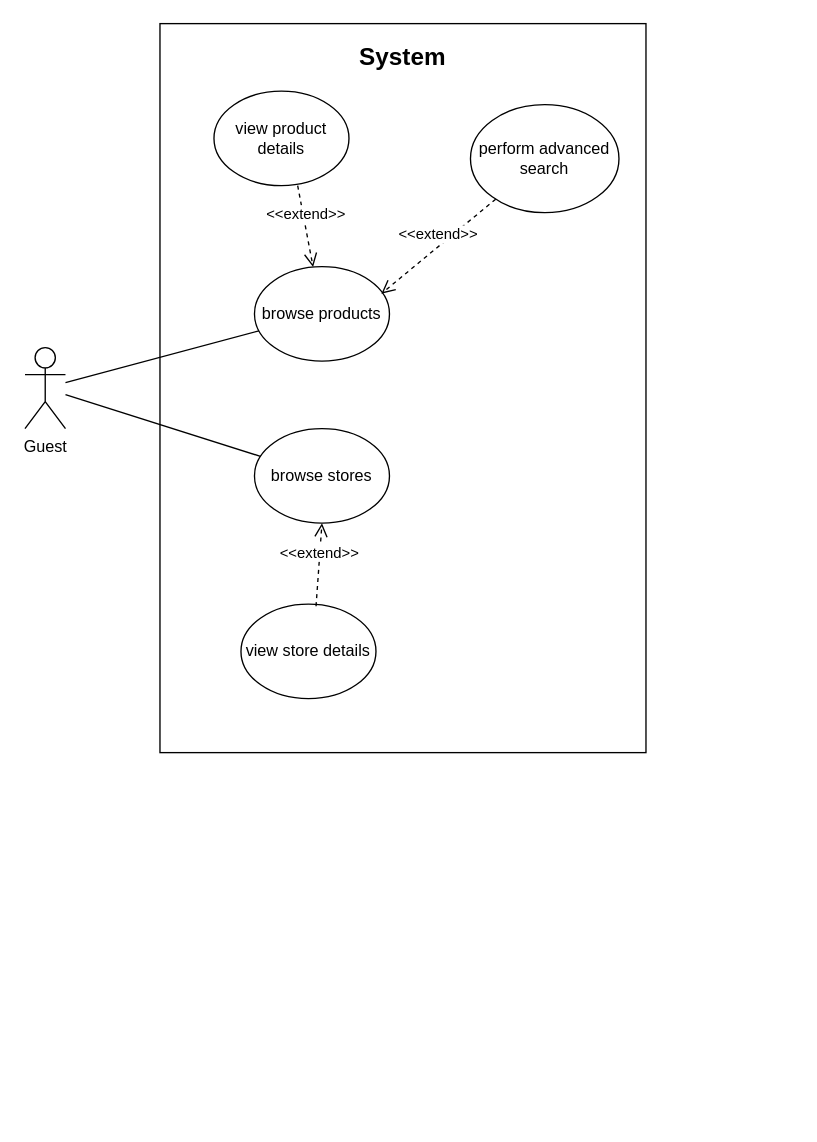
Before: use cases/use case 2.5 2.6.drawio in LevyIfta/Team-19B-Project, a draw.io diagram. Source tidied: cells renumbered, new cells numbered last; positions are measured from the earlier drawing's top-left corner, leaving out a move shared by most shapes. Both pictures are drawn from the tidied source at 135%, with x=0, y=0 at pixel (24, 23).
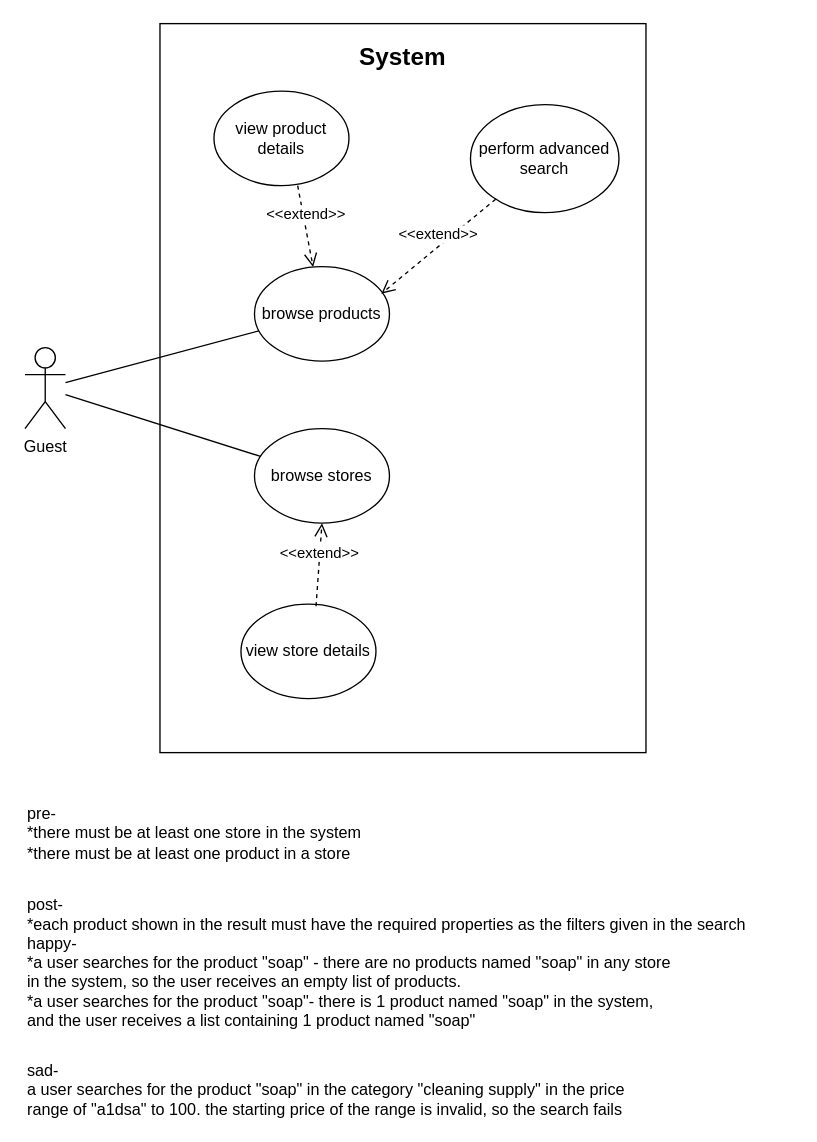
The same diagram, later.

Change to the diagram source:
```diff
@@
 <mxGraphModel>
   <root>
     <mxCell id="0" />
     <mxCell id="1" parent="0" />
     <mxCell id="2" value="Guest" style="shape=umlActor;verticalLabelPosition=bottom;verticalAlign=top;html=1;outlineConnect=0;" parent="1" vertex="1">
       <mxGeometry y="240" width="30" height="60" as="geometry" />
     </mxCell>
     <mxCell id="3" style="rounded=0;whiteSpace=wrap;html=1;" parent="1" vertex="1">
       <mxGeometry x="100" width="360" height="540" as="geometry" />
     </mxCell>
     <mxCell id="4" value="&lt;font style=&quot;font-size: 18px&quot;&gt;&lt;b&gt;System&lt;/b&gt;&lt;/font&gt;" style="text;html=1;strokeColor=none;fillColor=none;align=center;verticalAlign=middle;whiteSpace=wrap;rounded=0;" parent="1" vertex="1">
       <mxGeometry x="250" y="10" width="60" height="30" as="geometry" />
     </mxCell>
     <mxCell id="5" value="browse stores" style="ellipse;whiteSpace=wrap;html=1;" parent="1" vertex="1">
       <mxGeometry x="170" y="300" width="100" height="70" as="geometry" />
     </mxCell>
     <mxCell id="6" value="browse products" style="ellipse;whiteSpace=wrap;html=1;" parent="1" vertex="1">
       <mxGeometry x="170" y="180" width="100" height="70" as="geometry" />
     </mxCell>
     <mxCell id="7" value="view product details" style="ellipse;whiteSpace=wrap;html=1;" parent="1" vertex="1">
       <mxGeometry x="140" y="50" width="100" height="70" as="geometry" />
     </mxCell>
     <mxCell id="8" value="perform advanced search" style="ellipse;whiteSpace=wrap;html=1;" parent="1" vertex="1">
       <mxGeometry x="330" y="60" width="110" height="80" as="geometry" />
     </mxCell>
     <mxCell id="9" value="&amp;lt;&amp;lt;extend&amp;gt;&amp;gt;" style="html=1;verticalAlign=bottom;endArrow=open;dashed=1;endSize=8;entryX=0.94;entryY=0.286;entryDx=0;entryDy=0;entryPerimeter=0;" parent="1" edge="1" source="8" target="6">
       <mxGeometry relative="1" as="geometry" />
     </mxCell>
     <mxCell id="10" style="endArrow=none;html=1;" parent="1" edge="1" source="2" target="6">
       <mxGeometry relative="1" as="geometry" />
     </mxCell>
     <mxCell id="11" value="&amp;lt;&amp;lt;extend&amp;gt;&amp;gt;" style="html=1;verticalAlign=bottom;endArrow=open;dashed=1;endSize=8;exitX=0.62;exitY=1;exitDx=0;exitDy=0;exitPerimeter=0;" parent="1" edge="1" source="7" target="6">
       <mxGeometry relative="1" as="geometry" />
     </mxCell>
     <mxCell id="12" style="endArrow=none;html=1;" parent="1" edge="1" source="2" target="5">
       <mxGeometry relative="1" as="geometry" />
     </mxCell>
     <mxCell id="13" value="view store details" style="ellipse;whiteSpace=wrap;html=1;" parent="1" vertex="1">
       <mxGeometry x="160" y="430" width="100" height="70" as="geometry" />
     </mxCell>
     <mxCell id="14" value="&amp;lt;&amp;lt;extend&amp;gt;&amp;gt;" style="html=1;verticalAlign=bottom;endArrow=open;dashed=1;endSize=8;exitX=0.556;exitY=0.022;exitDx=0;exitDy=0;exitPerimeter=0;entryX=0.5;entryY=1;entryDx=0;entryDy=0;" parent="1" edge="1" source="13" target="5">
       <mxGeometry relative="1" as="geometry" />
     </mxCell>
+    <mxCell id="15" value="pre-&lt;br&gt;*there must be at least one store in the system&lt;br&gt;*there must be at least one product in a store" style="text;html=1;strokeColor=none;fillColor=none;align=left;verticalAlign=middle;whiteSpace=wrap;rounded=0;" parent="1" vertex="1">
+      <mxGeometry y="590" width="490" height="20" as="geometry" />
+    </mxCell>
+    <mxCell id="16" value="&lt;div&gt;&lt;span&gt;post-&lt;/span&gt;&lt;/div&gt;&lt;div&gt;&lt;span&gt;*each product shown in the result must have the required properties as the filters given in the search&lt;/span&gt;&lt;/div&gt;" style="text;html=1;strokeColor=none;fillColor=none;align=left;verticalAlign=middle;whiteSpace=wrap;rounded=0;" parent="1" vertex="1">
+      <mxGeometry y="650" width="570" height="20" as="geometry" />
+    </mxCell>
+    <mxCell id="17" value="happy-&lt;br&gt;*a user searches for the product &quot;soap&quot; - there are no products named &quot;soap&quot; in any store in the system, so the user receives an empty list of products.&lt;br&gt;*a user searches for the product &quot;soap&quot;- there is 1 product named &quot;soap&quot; in the system, and the user receives a list containing 1 product named &quot;soap&quot;" style="text;html=1;strokeColor=none;fillColor=none;align=left;verticalAlign=middle;whiteSpace=wrap;rounded=0;" parent="1" vertex="1">
+      <mxGeometry y="700" width="480" height="20" as="geometry" />
+    </mxCell>
+    <mxCell id="18" value="sad-&lt;br&gt;a user searches for the product &quot;soap&quot; in the category &quot;cleaning supply&quot; in the price range of &quot;a1dsa&quot; to 100. the starting price of the range is invalid, so the search fails" style="text;html=1;strokeColor=none;fillColor=none;align=left;verticalAlign=middle;whiteSpace=wrap;rounded=0;" parent="1" vertex="1">
+      <mxGeometry y="780" width="460" height="20" as="geometry" />
+    </mxCell>
   </root>
 </mxGraphModel>
```
